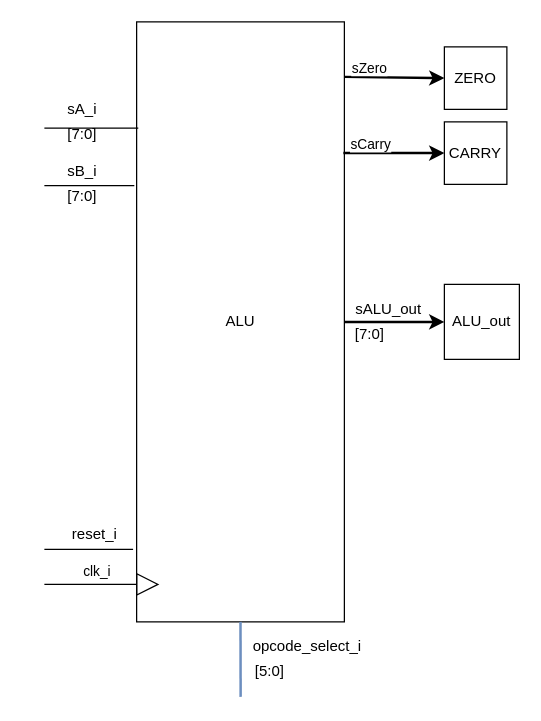
The draw.io diagram Blockbeschreibungen/ALU_beschreibung.drawio in graefjk/RO2, before the edit. Source tidied: cells renumbered, new cells numbered last; positions are measured from the earlier drawing's top-left corner, leaving out a move shared by most shapes. Both pictures are drawn from the tidied source at 125%, with x=0, y=0 at pixel (44, 21).
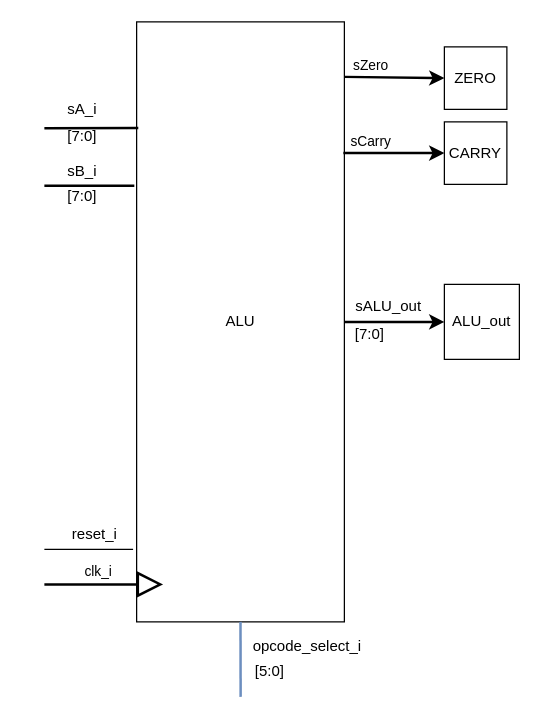
The same page after the edit.

Unchanged cells that the change refers to:
```xml
<mxCell id="2" value="ALU" style="rounded=0;whiteSpace=wrap;html=1;rotation=0;" parent="1" vertex="1">
  <mxGeometry x="73.8" width="166.2" height="480" as="geometry" />
</mxCell>
<mxCell id="17" style="endArrow=classic;html=1;strokeWidth=2;exitX=1;exitY=0.102;exitDx=0;exitDy=0;exitPerimeter=0;entryX=0;entryY=0.5;entryDx=0;entryDy=0;" parent="1" edge="1" target="15">
  <mxGeometry relative="1" as="geometry">
    <mxPoint x="240" y="44" as="sourcePoint" />
  </mxGeometry>
</mxCell>
<mxCell id="19" style="endArrow=classic;html=1;strokeWidth=2;exitX=0.995;exitY=0.21;exitDx=0;exitDy=0;exitPerimeter=0;entryX=0;entryY=0.5;entryDx=0;entryDy=0;" parent="1" edge="1" target="16">
  <mxGeometry relative="1" as="geometry">
    <mxPoint x="239.2" y="104.8" as="sourcePoint" />
  </mxGeometry>
</mxCell>
```

What changed in the source:
```diff
@@
-    <mxCell id="3" style="endArrow=none;html=1;entryX=0.008;entryY=0.177;entryDx=0;entryDy=0;entryPerimeter=0;" parent="1" edge="1" target="2">
+    <mxCell id="3" style="endArrow=none;html=1;entryX=0.008;entryY=0.177;entryDx=0;entryDy=0;entryPerimeter=0;strokeWidth=2;" parent="1" edge="1" target="2">
       <mxGeometry relative="1" as="geometry">
         <mxPoint y="85" as="sourcePoint" />
       </mxGeometry>
     </mxCell>
-    <mxCell id="4" style="endArrow=none;html=1;entryX=-0.011;entryY=0.273;entryDx=0;entryDy=0;entryPerimeter=0;" parent="1" edge="1" target="2">
+    <mxCell id="4" style="endArrow=none;html=1;entryX=-0.011;entryY=0.273;entryDx=0;entryDy=0;entryPerimeter=0;strokeWidth=2;" parent="1" edge="1" target="2">
       <mxGeometry relative="1" as="geometry">
         <mxPoint y="131" as="sourcePoint" />
       </mxGeometry>
     </mxCell>
@@
-    <mxCell id="7" value="clk_i" style="endArrow=block;endSize=16;endFill=0;html=1;" parent="1" edge="1">
+    <mxCell id="7" value="clk_i" style="endArrow=block;endSize=16;endFill=0;html=1;strokeWidth=2;" parent="1" edge="1">
       <mxGeometry x="-0.09" y="10" relative="1" as="geometry">
         <mxPoint y="450" as="sourcePoint" />
-        <mxPoint x="92" y="450" as="targetPoint" />
+        <mxPoint x="95" y="450" as="targetPoint" />
       </mxGeometry>
     </mxCell>
@@
     <mxCell id="10" value="[7:0]" style="text;html=1;align=center;verticalAlign=middle;strokeColor=none;" parent="1" vertex="1">
-      <mxGeometry x="10" y="80" width="40" height="20" as="geometry" />
+      <mxGeometry x="10" y="82" width="40" height="20" as="geometry" />
     </mxCell>
@@
     <mxCell id="18" value="sZero" style="edgeLabel;html=1;align=center;verticalAlign=middle;" parent="17" vertex="1">
       <mxGeometry x="-0.58" y="3" relative="1" as="geometry">
-        <mxPoint x="2.3" y="-5.2" as="offset" />
+        <mxPoint x="3.4" y="-7.2" as="offset" />
       </mxGeometry>
     </mxCell>
@@
     <mxCell id="20" value="sCarry" style="edgeLabel;html=1;align=center;verticalAlign=middle;" parent="19" vertex="1">
       <mxGeometry x="-0.66" y="2" relative="1" as="geometry">
-        <mxPoint x="7" y="-5.8" as="offset" />
+        <mxPoint x="7" y="-7.8" as="offset" />
       </mxGeometry>
     </mxCell>
@@
     <mxCell id="22" value="sALU_out" style="text;html=1;align=center;verticalAlign=middle;strokeColor=none;" parent="1" vertex="1">
-      <mxGeometry x="240" y="220" width="70" height="20" as="geometry" />
+      <mxGeometry x="240" y="218" width="70" height="20" as="geometry" />
     </mxCell>
```
